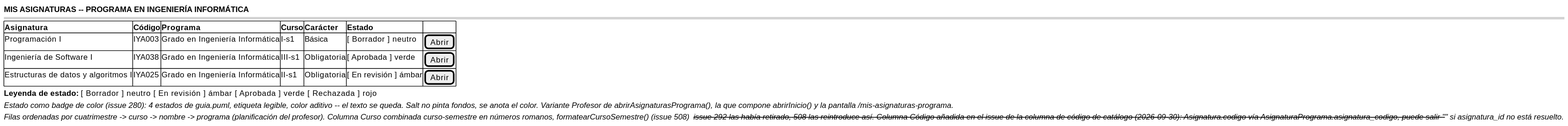
Above: images/RUP/01-requisitos/03-detalle-casos-uso/abrirAsignaturasPrograma/wireframe-porProfesor.svg in mmasias/pyCeldaPublico (PlantUML), before the change. Its diagram source:
```plantuml
@startsalt abrirAsignaturasPrograma-wireframe-porProfesor
{
    <b>MIS ASIGNATURAS -- PROGRAMA EN INGENIERÍA INFORMÁTICA</b>
    ====
    {#
    <b>Asignatura                          | <b>Código | <b>Programa                          | <b>Curso |<b>Carácter |<b>Estado| .
    Programación I                         | IYA003 | Grado en Ingeniería Informática    | I-s1 | Básica |[ Borrador ] neutro| [Abrir]
    Ingeniería de Software I               | IYA038 | Grado en Ingeniería Informática    | III-s1 | Obligatoria |[ Aprobada ] verde| [Abrir]
    Estructuras de datos y algoritmos I    | IYA025 | Grado en Ingeniería Informática    | II-s1 | Obligatoria |[ En revisión ] ámbar| [Abrir]

    }
    <b>Leyenda de estado:</b> [ Borrador ] neutro   [ En revisión ] ámbar   [ Aprobada ] verde   [ Rechazada ] rojo
    <i>Estado como badge de color (issue 280): 4 estados de guia.puml, etiqueta legible, color aditivo -- el texto se queda. Salt no pinta fondos, se anota el color. Variante Profesor de abrirAsignaturasPrograma(), la que compone abrirInicio() y la pantalla /mis-asignaturas-programa.</i>
    <i>Filas ordenadas por cuatrimestre -> curso -> nombre -> programa (planificación del profesor). Columna Curso combinada curso-semestre en números romanos, formatearCursoSemestre() (issue 508) -- issue 292 las había retirado, 508 las reintroduce así. Columna Código añadida en el issue de la columna de código de catálogo (2026-09-30): Asignatura.codigo vía AsignaturaPrograma.asignatura_codigo, puede salir "--" si asignatura_id no está resuelto.</i>
}
@endsalt
```
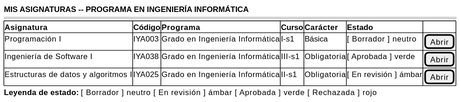
Later version of the same file.

Diff of the diagram source:
```diff
@@ -10,7 +10,5 @@
 
     }
     <b>Leyenda de estado:</b> [ Borrador ] neutro   [ En revisión ] ámbar   [ Aprobada ] verde   [ Rechazada ] rojo
-    <i>Estado como badge de color (issue 280): 4 estados de guia.puml, etiqueta legible, color aditivo -- el texto se queda. Salt no pinta fondos, se anota el color. Variante Profesor de abrirAsignaturasPrograma(), la que compone abrirInicio() y la pantalla /mis-asignaturas-programa.</i>
-    <i>Filas ordenadas por cuatrimestre -> curso -> nombre -> programa (planificación del profesor). Columna Curso combinada curso-semestre en números romanos, formatearCursoSemestre() (issue 508) -- issue 292 las había retirado, 508 las reintroduce así. Columna Código añadida en el issue de la columna de código de catálogo (2026-09-30): Asignatura.codigo vía AsignaturaPrograma.asignatura_codigo, puede salir "--" si asignatura_id no está resuelto.</i>
 }
 @endsalt
```
